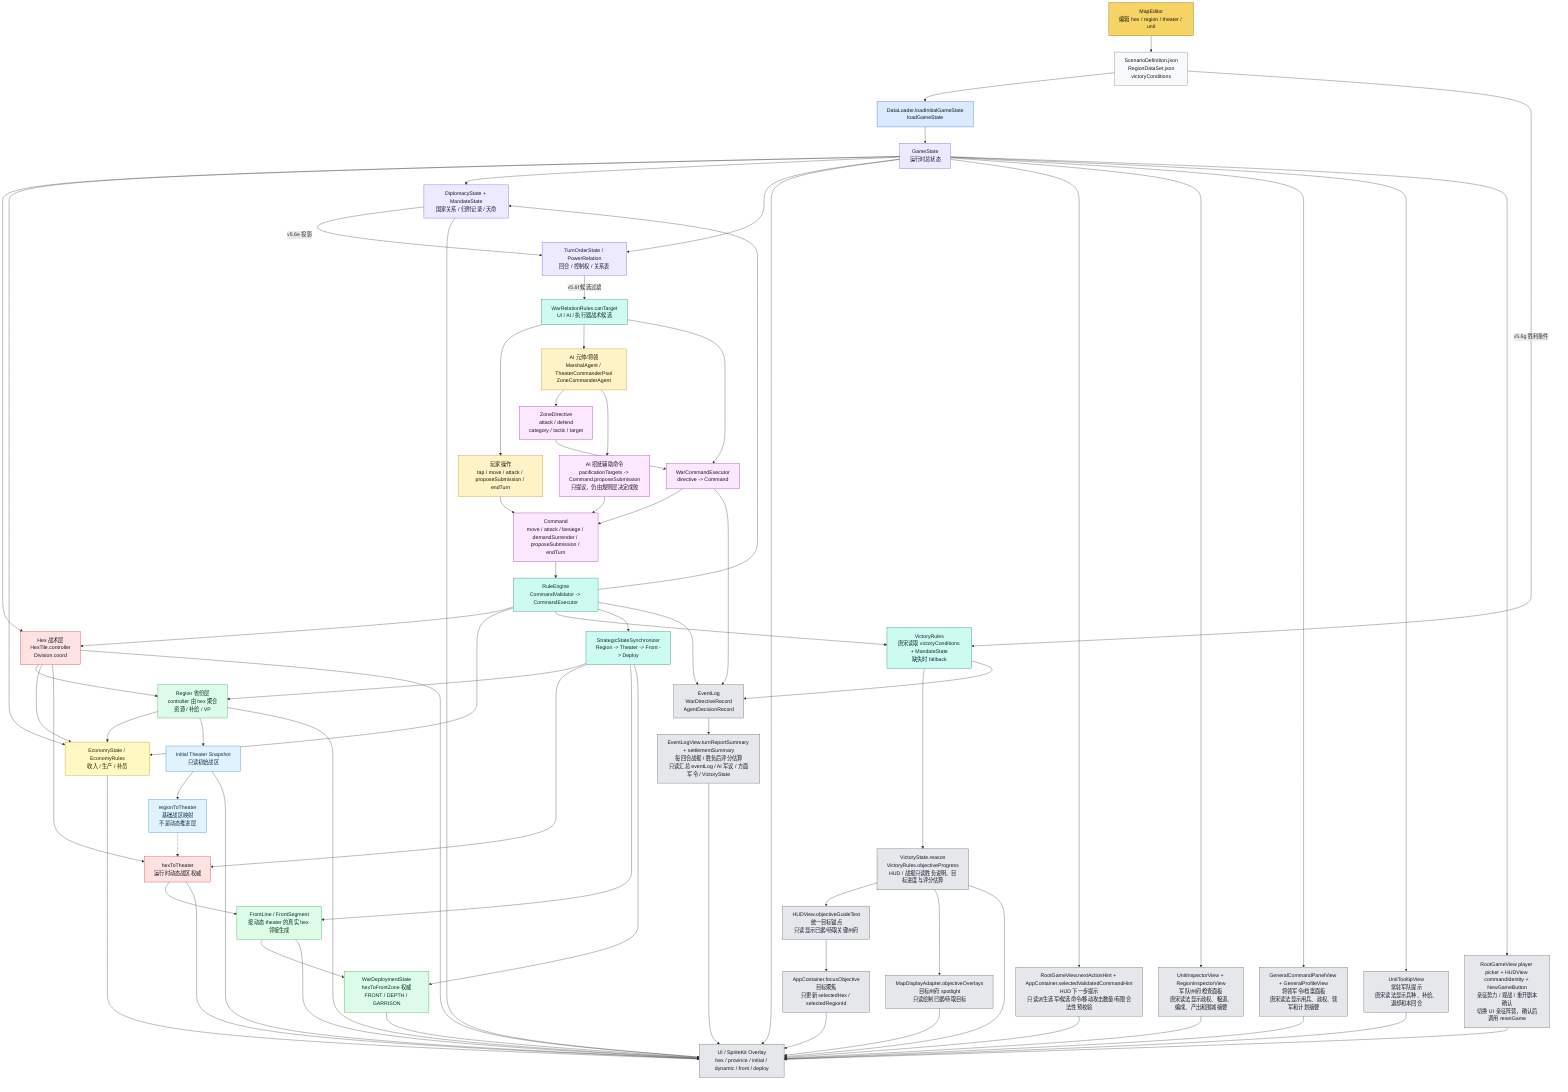
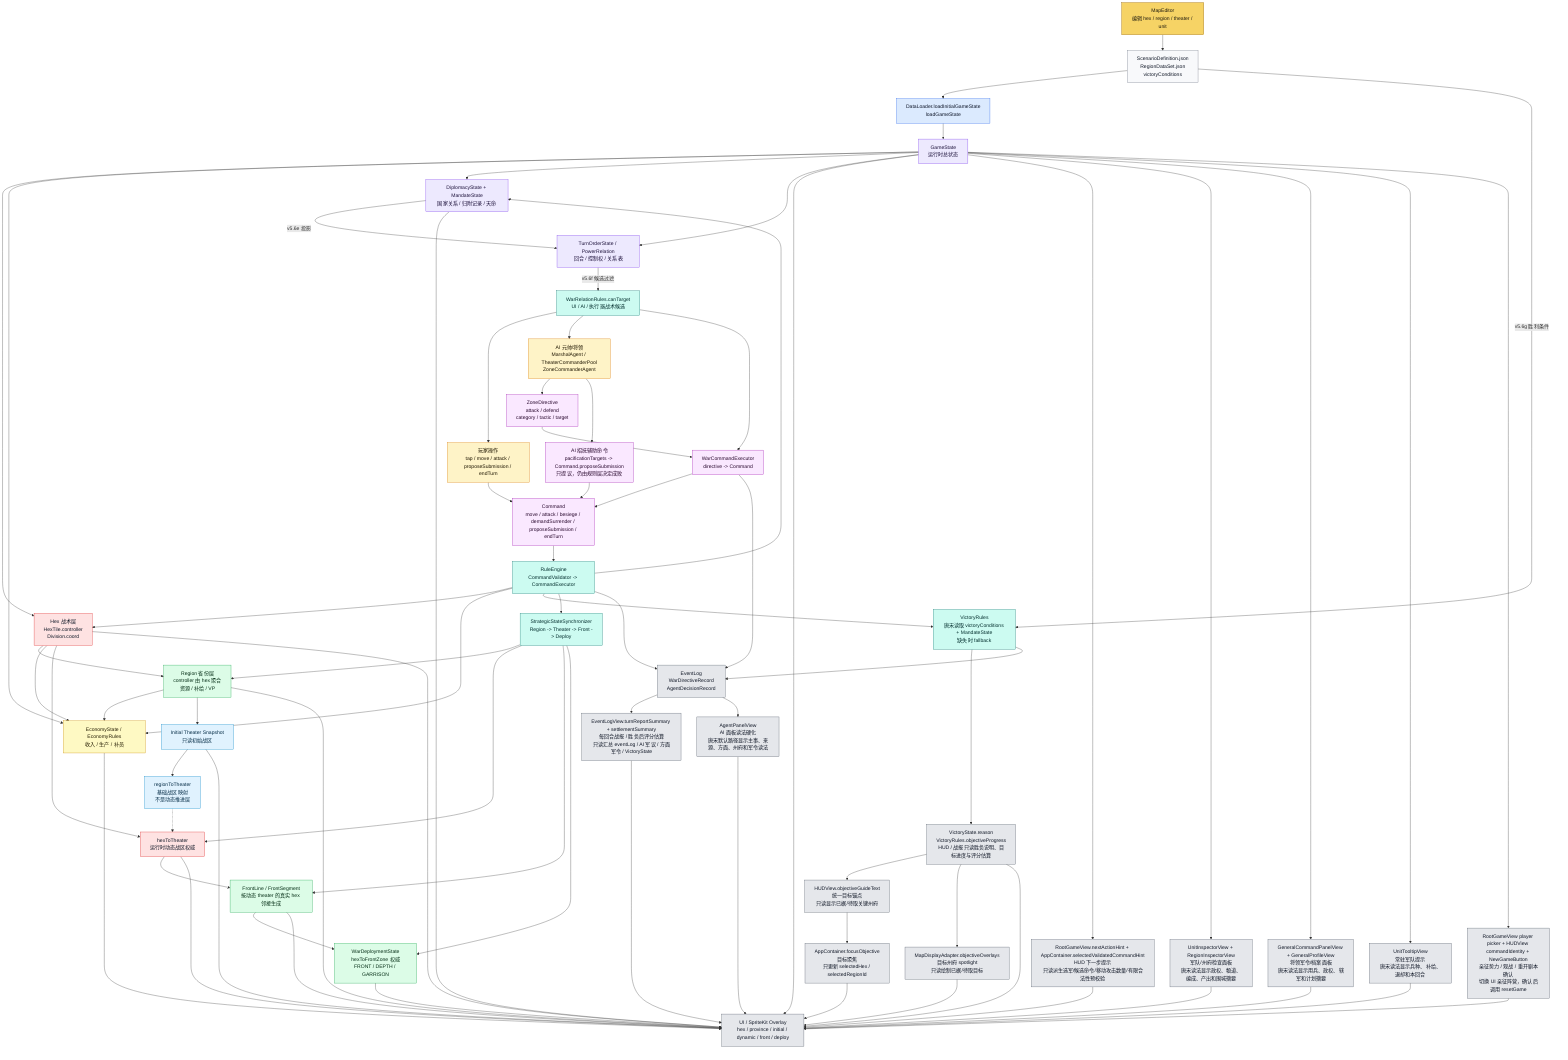
flowchart TD
    ME["MapEditor<br/>编辑 hex / region / theater / unit"]:::editor
    JSON["ScenarioDefinition.json<br/>RegionDataSet.json<br/>victoryConditions"]:::data
    DL["DataLoader.loadInitialGameState<br/>loadGameState"]:::loader
    GS["GameState<br/>运行时总状态"]:::state

    HEX["Hex 战术层<br/>HexTile.controller<br/>Division.coord"]:::authority
    REGION["Region 省份层<br/>controller 由 hex 聚合<br/>资源 / 补给 / VP"]:::derived
    INIT["Initial Theater Snapshot<br/>只读初始战区"]:::snapshot
    R2T["regionToTheater<br/>基础战区映射<br/>不是动态推进层"]:::snapshot
    H2T["hexToTheater<br/>运行时动态战区权威"]:::authority
    FRONT["FrontLine / FrontSegment<br/>按动态 theater 的真实 hex 邻接生成"]:::derived
    DEPLOY["WarDeploymentState<br/>hexToFrontZone 权威<br/>FRONT / DEPTH / GARRISON"]:::derived
    ECO["EconomyState / EconomyRules<br/>收入 / 生产 / 补员"]:::economy
    DIP["DiplomacyState + MandateState<br/>国家关系 / 归附记录 / 天命"]:::state
    TURN["TurnOrderState / PowerRelation<br/>回合 / 控制权 / 关系表"]:::state
    RELCAND["WarRelationRules.canTarget<br/>UI / AI / 执行器战术候选"]:::rules
    VICT["VictoryRules<br/>唐宋读取 victoryConditions + MandateState<br/>缺失时 fallback"]:::rules
    VICTEXT["VictoryState.reason<br/>VictoryRules.objectiveProgress<br/>HUD / 战报只读胜负说明、目标进度与评分估算"]:::ui
    GOAL["HUDView.objectiveGuideText<br/>统一目标锚点<br/>只读显示已据/待取关键州府"]:::ui
    FOCUS["AppContainer.focusObjective<br/>目标聚焦<br/>只更新 selectedHex / selectedRegionId"]:::ui
    SPOTLIGHT["MapDisplayAdapter.objectiveOverlays<br/>目标州府 spotlight<br/>只读绘制已据/待取目标"]:::ui
    TURNREPORT["EventLogView.turnReportSummary + settlementSummary<br/>每回合战报 / 胜负后评分估算<br/>只读汇总 eventLog / AI 军议 / 方面军令 / VictoryState"]:::ui
    SESSIONHUD["RootGameView player picker + HUDView commandIdentity + NewGameButton<br/>亲征势力 / 观战 / 重开剧本确认<br/>切换 UI 亲征阵营，确认后调用 resetGame"]:::ui
    HINT["RootGameView.nextActionHint + AppContainer.selectedValidatedCommandHint<br/>HUD 下一步提示<br/>只读派生选军/候选命令/移动攻击数量/有限合法性预校验"]:::ui
    INSPECT["UnitInspectorView + RegionInspectorView<br/>军队/州府检查面板<br/>唐宋读法显示政权、粮道、编成、产出和围城摘要"]:::ui
    GENPANELS["GeneralCommandPanelView + GeneralProfileView<br/>将领军令/档案面板<br/>唐宋读法显示用兵、政权、辖军和计划摘要"]:::ui
    TOOLTIP["UnitTooltipView<br/>常驻军队提示<br/>唐宋读法显示兵种、补给、退却和本回合"]:::ui
+     AIPANEL["AgentPanelView<br/>AI 面板读法硬化<br/>唐宋默认路径显示主事、来源、方面、州府和军令读法"]:::ui

    PLAYER["玩家操作<br/>tap / move / attack / proposeSubmission / endTurn"]:::input
    AI["AI 元帅/将领<br/>MarshalAgent / TheaterCommanderPool<br/>ZoneCommanderAgent"]:::input
    AIPAC["AI 招抚辅助命令<br/>pacificationTargets -> Command.proposeSubmission<br/>只提议，仍由规则层决定成败"]:::command
    ZD["ZoneDirective<br/>attack / defend<br/>category / tactic / target"]:::command
    WCE["WarCommandExecutor<br/>directive -> Command"]:::command
    CMD["Command<br/>move / attack / besiege / demandSurrender / proposeSubmission / endTurn"]:::command
    RE["RuleEngine<br/>CommandValidator -> CommandExecutor"]:::rules
    SYNC["StrategicStateSynchronizer<br/>Region -> Theater -> Front -> Deploy"]:::rules

    UI["UI / SpriteKit Overlay<br/>hex / province / initial / dynamic / front / deploy"]:::ui
    LOG["EventLog<br/>WarDirectiveRecord<br/>AgentDecisionRecord"]:::ui

    ME --> JSON --> DL --> GS
    GS --> HEX
    HEX --> REGION
    HEX --> ECO
    REGION --> ECO
    REGION --> INIT
    INIT --> R2T
    R2T -.-> H2T
    HEX --> H2T
    H2T --> FRONT --> DEPLOY
    GS --> ECO
    GS --> DIP
    GS --> TURN
    DIP -->|v5.6e 投影| TURN
    TURN -->|v5.6f 候选过滤| RELCAND
    JSON -->|v5.6g 胜利条件| VICT

    PLAYER --> CMD
    RELCAND --> PLAYER
    RELCAND --> AI
    RELCAND --> WCE
    AI --> ZD --> WCE --> CMD
    AI --> AIPAC --> CMD
    CMD --> RE --> HEX
    RE --> ECO
    RE --> DIP
    RE --> VICT
    RE --> SYNC
    SYNC --> REGION
    SYNC --> H2T
    SYNC --> FRONT
    SYNC --> DEPLOY

    GS --> UI
    GS --> HINT --> UI
    GS --> INSPECT --> UI
    GS --> GENPANELS --> UI
    GS --> TOOLTIP --> UI
    GS --> SESSIONHUD --> UI
    VICTEXT --> GOAL --> FOCUS --> UI
    VICTEXT --> SPOTLIGHT --> UI
    HEX --> UI
    REGION --> UI
    INIT --> UI
    H2T --> UI
    FRONT --> UI
    DEPLOY --> UI
    ECO --> UI
    DIP --> UI
    VICT --> VICTEXT --> UI
    RE --> LOG
    VICT --> LOG
    WCE --> LOG
    LOG --> TURNREPORT --> UI
+     LOG --> AIPANEL --> UI

    classDef editor fill:#f6d365,stroke:#8a5a00,color:#1f1b10
    classDef data fill:#f8f9fb,stroke:#6b7280,color:#111827
    classDef loader fill:#dbeafe,stroke:#2563eb,color:#0f172a
    classDef state fill:#ede9fe,stroke:#7c3aed,color:#1f143d
    classDef authority fill:#fee2e2,stroke:#dc2626,color:#111827
    classDef derived fill:#dcfce7,stroke:#16a34a,color:#052e16
    classDef snapshot fill:#e0f2fe,stroke:#0284c7,color:#082f49
    classDef input fill:#fef3c7,stroke:#d97706,color:#1f1600
    classDef economy fill:#fef9c3,stroke:#ca8a04,color:#292107
    classDef command fill:#fae8ff,stroke:#a21caf,color:#2a0a2f
    classDef rules fill:#ccfbf1,stroke:#0f766e,color:#042f2e
    classDef ui fill:#e5e7eb,stroke:#4b5563,color:#111827
